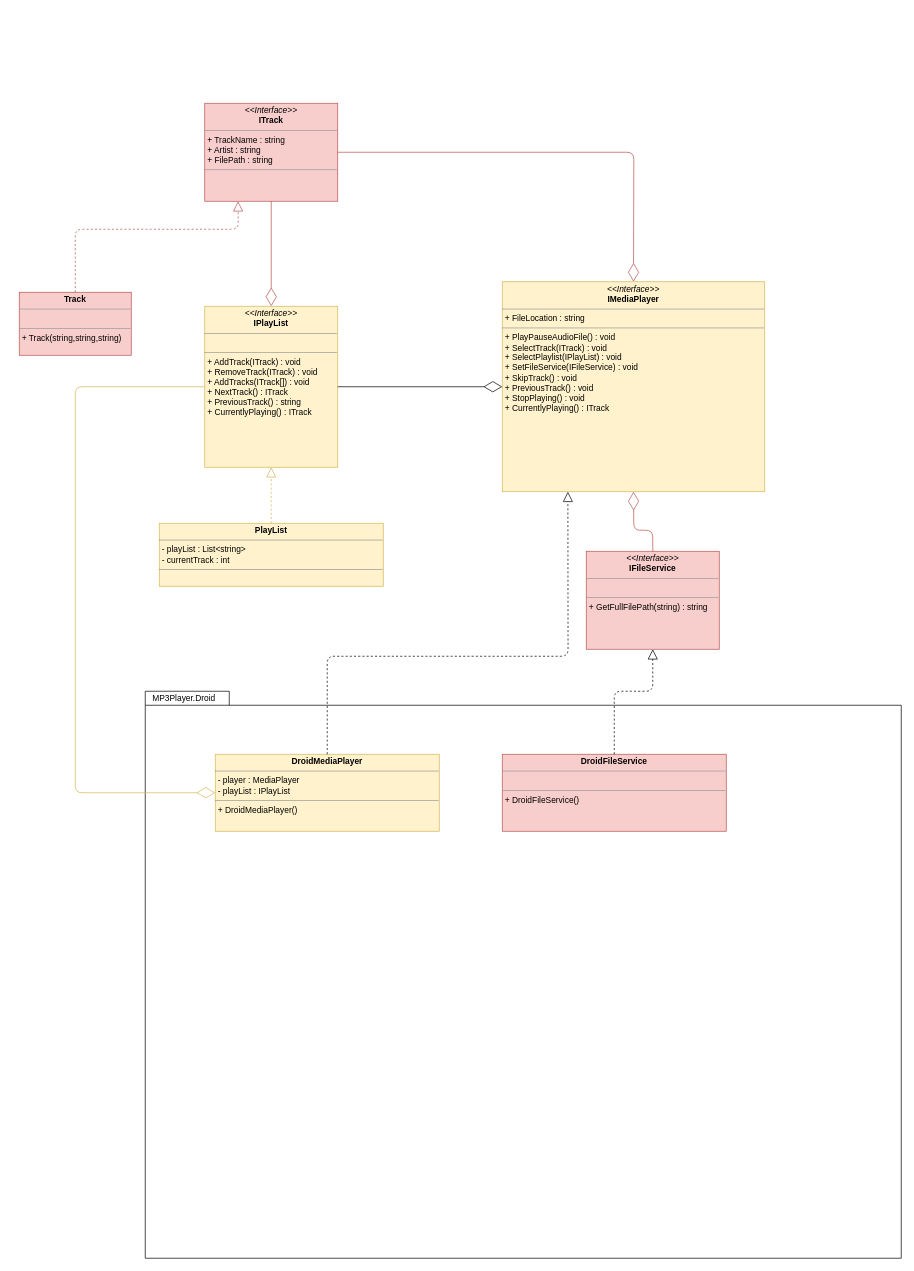
The draw.io diagram documentation/3-Design/Class_Design_Diagram.drawio in mart610k/Mp3-Player, before the edit. Source tidied: cells renumbered, new cells numbered last; positions are measured from the earlier drawing's top-left corner, leaving out a move shared by most shapes. Both pictures are drawn from the tidied source at 70%, with x=0, y=0 at pixel (19, 103).
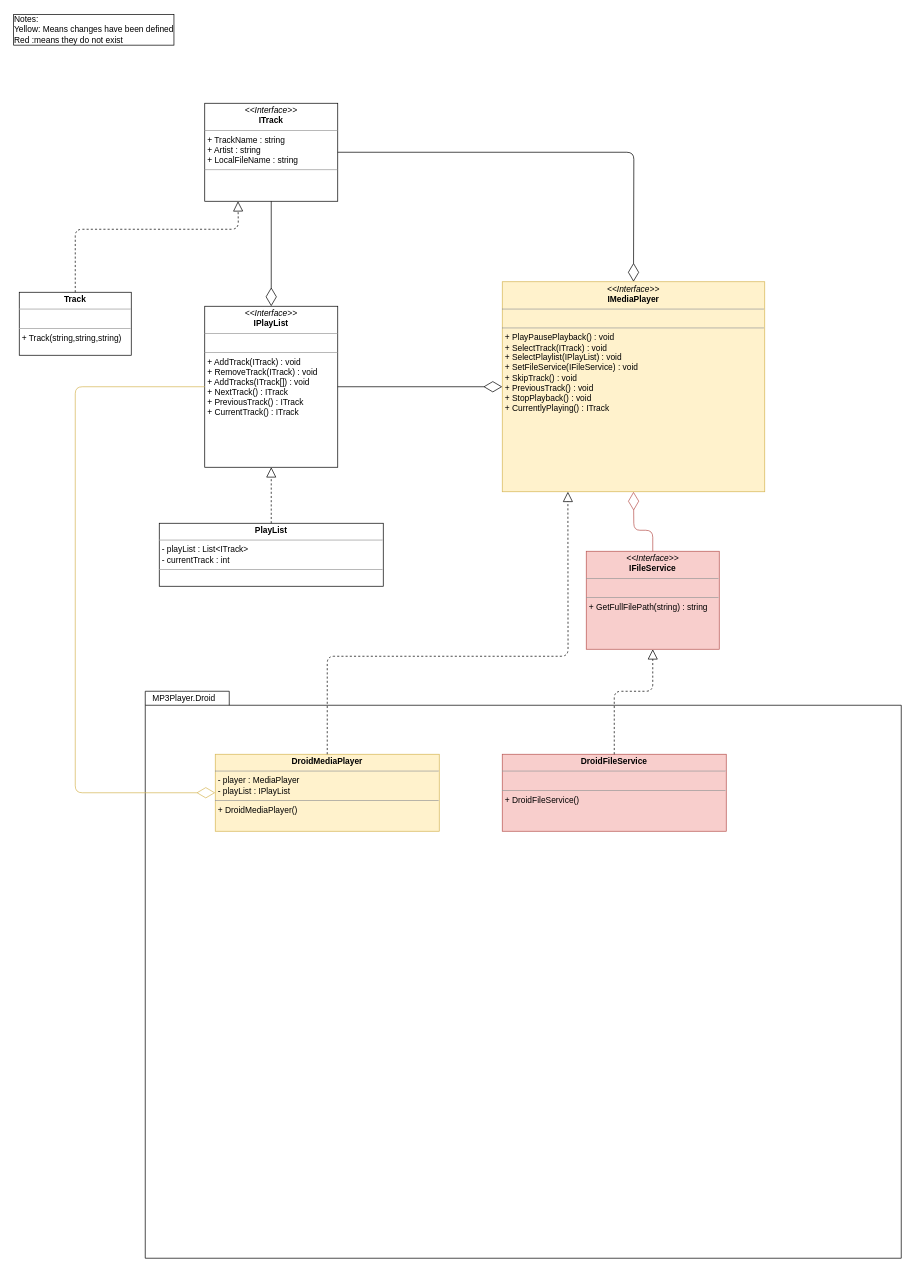
The same diagram, later.

Commit message:
Updated Class design Diagram

Change to the diagram source:
```diff
@@
-    <mxCell id="2" value="&lt;p style=&quot;margin: 0px ; margin-top: 4px ; text-align: center&quot;&gt;&lt;i&gt;&amp;lt;&amp;lt;Interface&amp;gt;&amp;gt;&lt;/i&gt;&lt;br&gt;&lt;b&gt;IMediaPlayer&lt;/b&gt;&lt;/p&gt;&lt;hr size=&quot;1&quot;&gt;&lt;p style=&quot;margin: 0px ; margin-left: 4px&quot;&gt;+ FileLocation : string&lt;/p&gt;&lt;hr size=&quot;1&quot;&gt;&lt;p style=&quot;margin: 0px ; margin-left: 4px&quot;&gt;&lt;span&gt;+ PlayPauseAudioFile() : void&lt;/span&gt;&lt;br&gt;&lt;/p&gt;&lt;p style=&quot;margin: 0px ; margin-left: 4px&quot;&gt;&lt;span&gt;+ SelectTrack(ITrack) : void&lt;/span&gt;&lt;/p&gt;&lt;p style=&quot;margin: 0px ; margin-left: 4px&quot;&gt;&lt;span&gt;+ SelectPlaylist(IPlayList) : void&lt;/span&gt;&lt;/p&gt;&lt;p style=&quot;margin: 0px ; margin-left: 4px&quot;&gt;&lt;span&gt;+ SetFileService(IFileService) : void&lt;/span&gt;&lt;/p&gt;&lt;p style=&quot;margin: 0px ; margin-left: 4px&quot;&gt;+ SkipTrack() : void&lt;span&gt;&lt;br&gt;&lt;/span&gt;&lt;/p&gt;&lt;p style=&quot;margin: 0px ; margin-left: 4px&quot;&gt;+ PreviousTrack() : void&lt;/p&gt;&lt;p style=&quot;margin: 0px ; margin-left: 4px&quot;&gt;+ StopPlaying() : void&lt;/p&gt;&lt;p style=&quot;margin: 0px ; margin-left: 4px&quot;&gt;+ CurrentlyPlaying() : ITrack&lt;/p&gt;" style="verticalAlign=top;align=left;overflow=fill;fontSize=12;fontFamily=Helvetica;html=1;fillColor=#fff2cc;strokeColor=#d6b656;" parent="1" vertex="1">
+    <mxCell id="2" value="&lt;p style=&quot;margin: 0px ; margin-top: 4px ; text-align: center&quot;&gt;&lt;i&gt;&amp;lt;&amp;lt;Interface&amp;gt;&amp;gt;&lt;/i&gt;&lt;br&gt;&lt;b&gt;IMediaPlayer&lt;/b&gt;&lt;/p&gt;&lt;hr size=&quot;1&quot;&gt;&lt;p style=&quot;margin: 0px ; margin-left: 4px&quot;&gt;&lt;br&gt;&lt;/p&gt;&lt;hr size=&quot;1&quot;&gt;&lt;p style=&quot;margin: 0px ; margin-left: 4px&quot;&gt;&lt;span&gt;+ PlayPausePlayback() : void&lt;/span&gt;&lt;br&gt;&lt;/p&gt;&lt;p style=&quot;margin: 0px ; margin-left: 4px&quot;&gt;&lt;span&gt;+ SelectTrack(ITrack) : void&lt;/span&gt;&lt;/p&gt;&lt;p style=&quot;margin: 0px ; margin-left: 4px&quot;&gt;&lt;span&gt;+ SelectPlaylist(IPlayList) : void&lt;/span&gt;&lt;/p&gt;&lt;p style=&quot;margin: 0px ; margin-left: 4px&quot;&gt;&lt;span&gt;+ SetFileService(IFileService) : void&lt;/span&gt;&lt;/p&gt;&lt;p style=&quot;margin: 0px ; margin-left: 4px&quot;&gt;+ SkipTrack() : void&lt;span&gt;&lt;br&gt;&lt;/span&gt;&lt;/p&gt;&lt;p style=&quot;margin: 0px ; margin-left: 4px&quot;&gt;+ PreviousTrack() : void&lt;/p&gt;&lt;p style=&quot;margin: 0px ; margin-left: 4px&quot;&gt;+ StopPlayback() : void&lt;/p&gt;&lt;p style=&quot;margin: 0px ; margin-left: 4px&quot;&gt;+ CurrentlyPlaying() : ITrack&lt;/p&gt;" style="verticalAlign=top;align=left;overflow=fill;fontSize=12;fontFamily=Helvetica;html=1;fillColor=#fff2cc;strokeColor=#d6b656;" parent="1" vertex="1">
       <mxGeometry x="690" y="255" width="375" height="300" as="geometry" />
     </mxCell>
-    <mxCell id="3" value="&lt;p style=&quot;margin: 0px ; margin-top: 4px ; text-align: center&quot;&gt;&lt;i&gt;&amp;lt;&amp;lt;Interface&amp;gt;&amp;gt;&lt;/i&gt;&lt;br&gt;&lt;b&gt;ITrack&lt;/b&gt;&lt;/p&gt;&lt;hr size=&quot;1&quot;&gt;&lt;p style=&quot;margin: 0px ; margin-left: 4px&quot;&gt;+ TrackName : string&lt;/p&gt;&lt;p style=&quot;margin: 0px ; margin-left: 4px&quot;&gt;+ Artist : string&lt;/p&gt;&lt;p style=&quot;margin: 0px ; margin-left: 4px&quot;&gt;+ FilePath : string&lt;/p&gt;&lt;hr size=&quot;1&quot;&gt;&lt;p style=&quot;margin: 0px ; margin-left: 4px&quot;&gt;&lt;br&gt;&lt;/p&gt;" style="verticalAlign=top;align=left;overflow=fill;fontSize=12;fontFamily=Helvetica;html=1;fillColor=#f8cecc;strokeColor=#b85450;" parent="1" vertex="1">
+    <mxCell id="3" value="&lt;p style=&quot;margin: 0px ; margin-top: 4px ; text-align: center&quot;&gt;&lt;i&gt;&amp;lt;&amp;lt;Interface&amp;gt;&amp;gt;&lt;/i&gt;&lt;br&gt;&lt;b&gt;ITrack&lt;/b&gt;&lt;/p&gt;&lt;hr size=&quot;1&quot;&gt;&lt;p style=&quot;margin: 0px ; margin-left: 4px&quot;&gt;+ TrackName : string&lt;/p&gt;&lt;p style=&quot;margin: 0px ; margin-left: 4px&quot;&gt;+ Artist : string&lt;/p&gt;&lt;p style=&quot;margin: 0px ; margin-left: 4px&quot;&gt;+ LocalFileName : string&lt;/p&gt;&lt;hr size=&quot;1&quot;&gt;&lt;p style=&quot;margin: 0px ; margin-left: 4px&quot;&gt;&lt;br&gt;&lt;/p&gt;" style="verticalAlign=top;align=left;overflow=fill;fontSize=12;fontFamily=Helvetica;html=1;" parent="1" vertex="1">
       <mxGeometry x="265" width="190" height="140" as="geometry" />
     </mxCell>
-    <mxCell id="4" value="&lt;p style=&quot;margin: 0px ; margin-top: 4px ; text-align: center&quot;&gt;&lt;i&gt;&amp;lt;&amp;lt;Interface&amp;gt;&amp;gt;&lt;/i&gt;&lt;br&gt;&lt;b&gt;IPlayList&lt;/b&gt;&lt;/p&gt;&lt;hr size=&quot;1&quot;&gt;&lt;p style=&quot;margin: 0px ; margin-left: 4px&quot;&gt;&lt;br&gt;&lt;/p&gt;&lt;hr size=&quot;1&quot;&gt;&lt;p style=&quot;margin: 0px ; margin-left: 4px&quot;&gt;+ AddTrack(ITrack) : void&lt;/p&gt;&lt;p style=&quot;margin: 0px ; margin-left: 4px&quot;&gt;+ RemoveTrack(ITrack) : void&lt;/p&gt;&lt;p style=&quot;margin: 0px ; margin-left: 4px&quot;&gt;+ AddTracks(ITrack[]) : void&lt;/p&gt;&lt;p style=&quot;margin: 0px ; margin-left: 4px&quot;&gt;+ NextTrack() : ITrack&lt;/p&gt;&lt;p style=&quot;margin: 0px ; margin-left: 4px&quot;&gt;+ PreviousTrack() : string&lt;/p&gt;&lt;p style=&quot;margin: 0px ; margin-left: 4px&quot;&gt;+ CurrentlyPlaying() : ITrack&amp;nbsp;&lt;/p&gt;&lt;p style=&quot;margin: 0px ; margin-left: 4px&quot;&gt;&lt;br&gt;&lt;/p&gt;" style="verticalAlign=top;align=left;overflow=fill;fontSize=12;fontFamily=Helvetica;html=1;fillColor=#fff2cc;strokeColor=#d6b656;" parent="1" vertex="1">
+    <mxCell id="4" value="&lt;p style=&quot;margin: 0px ; margin-top: 4px ; text-align: center&quot;&gt;&lt;i&gt;&amp;lt;&amp;lt;Interface&amp;gt;&amp;gt;&lt;/i&gt;&lt;br&gt;&lt;b&gt;IPlayList&lt;/b&gt;&lt;/p&gt;&lt;hr size=&quot;1&quot;&gt;&lt;p style=&quot;margin: 0px ; margin-left: 4px&quot;&gt;&lt;br&gt;&lt;/p&gt;&lt;hr size=&quot;1&quot;&gt;&lt;p style=&quot;margin: 0px ; margin-left: 4px&quot;&gt;+ AddTrack(ITrack) : void&lt;/p&gt;&lt;p style=&quot;margin: 0px ; margin-left: 4px&quot;&gt;+ RemoveTrack(ITrack) : void&lt;/p&gt;&lt;p style=&quot;margin: 0px ; margin-left: 4px&quot;&gt;+ AddTracks(ITrack[]) : void&lt;/p&gt;&lt;p style=&quot;margin: 0px ; margin-left: 4px&quot;&gt;+ NextTrack() : ITrack&lt;/p&gt;&lt;p style=&quot;margin: 0px ; margin-left: 4px&quot;&gt;+ PreviousTrack() : ITrack&lt;/p&gt;&lt;p style=&quot;margin: 0px ; margin-left: 4px&quot;&gt;+ CurrentTrack() : ITrack&amp;nbsp;&lt;/p&gt;&lt;p style=&quot;margin: 0px ; margin-left: 4px&quot;&gt;&lt;br&gt;&lt;/p&gt;" style="verticalAlign=top;align=left;overflow=fill;fontSize=12;fontFamily=Helvetica;html=1;" parent="1" vertex="1">
       <mxGeometry x="265" y="290" width="190" height="230" as="geometry" />
     </mxCell>
@@
-    <mxCell id="6" value="&lt;p style=&quot;margin: 0px ; margin-top: 4px ; text-align: center&quot;&gt;&lt;b&gt;PlayList&lt;/b&gt;&lt;/p&gt;&lt;hr size=&quot;1&quot;&gt;&lt;p style=&quot;margin: 0px ; margin-left: 4px&quot;&gt;- playList : List&amp;lt;string&amp;gt;&lt;/p&gt;&lt;p style=&quot;margin: 0px ; margin-left: 4px&quot;&gt;- currentTrack : int&lt;/p&gt;&lt;hr size=&quot;1&quot;&gt;&lt;p style=&quot;margin: 0px ; margin-left: 4px&quot;&gt;&lt;br&gt;&lt;/p&gt;" style="verticalAlign=top;align=left;overflow=fill;fontSize=12;fontFamily=Helvetica;html=1;fillColor=#fff2cc;strokeColor=#d6b656;" parent="1" vertex="1">
+    <mxCell id="6" value="&lt;p style=&quot;margin: 0px ; margin-top: 4px ; text-align: center&quot;&gt;&lt;b&gt;PlayList&lt;/b&gt;&lt;/p&gt;&lt;hr size=&quot;1&quot;&gt;&lt;p style=&quot;margin: 0px ; margin-left: 4px&quot;&gt;- playList : List&amp;lt;ITrack&amp;gt;&lt;/p&gt;&lt;p style=&quot;margin: 0px ; margin-left: 4px&quot;&gt;- currentTrack : int&lt;/p&gt;&lt;hr size=&quot;1&quot;&gt;&lt;p style=&quot;margin: 0px ; margin-left: 4px&quot;&gt;&lt;br&gt;&lt;/p&gt;" style="verticalAlign=top;align=left;overflow=fill;fontSize=12;fontFamily=Helvetica;html=1;" parent="1" vertex="1">
       <mxGeometry x="200" y="600" width="320" height="90" as="geometry" />
     </mxCell>
-    <mxCell id="7" style="endArrow=block;dashed=1;endFill=0;endSize=12;html=1;entryX=0.5;entryY=1;entryDx=0;entryDy=0;exitX=0.5;exitY=0;exitDx=0;exitDy=0;fillColor=#fff2cc;strokeColor=#d6b656;" parent="1" edge="1" source="6" target="4">
+    <mxCell id="7" style="endArrow=block;dashed=1;endFill=0;endSize=12;html=1;entryX=0.5;entryY=1;entryDx=0;entryDy=0;exitX=0.5;exitY=0;exitDx=0;exitDy=0;" parent="1" edge="1" source="6" target="4">
       <mxGeometry relative="1" as="geometry" />
     </mxCell>
@@
-    <mxCell id="15" style="endArrow=diamondThin;endFill=0;endSize=24;html=1;entryX=0.5;entryY=0;entryDx=0;entryDy=0;exitX=0.5;exitY=1;exitDx=0;exitDy=0;fillColor=#f8cecc;strokeColor=#b85450;" parent="1" edge="1" source="3" target="4">
+    <mxCell id="15" style="endArrow=diamondThin;endFill=0;endSize=24;html=1;entryX=0.5;entryY=0;entryDx=0;entryDy=0;exitX=0.5;exitY=1;exitDx=0;exitDy=0;" parent="1" edge="1" source="3" target="4">
       <mxGeometry relative="1" as="geometry" />
     </mxCell>
-    <mxCell id="16" style="endArrow=diamondThin;endFill=0;endSize=24;html=1;entryX=0.5;entryY=0;entryDx=0;entryDy=0;exitX=1;exitY=0.5;exitDx=0;exitDy=0;fillColor=#f8cecc;strokeColor=#b85450;" parent="1" edge="1" source="3" target="2">
+    <mxCell id="16" style="endArrow=diamondThin;endFill=0;endSize=24;html=1;entryX=0.5;entryY=0;entryDx=0;entryDy=0;exitX=1;exitY=0.5;exitDx=0;exitDy=0;" parent="1" edge="1" source="3" target="2">
       <mxGeometry relative="1" as="geometry">
         <Array as="points">
           <mxPoint x="878" y="70" />
         </Array>
       </mxGeometry>
     </mxCell>
@@
-    <mxCell id="20" value="&lt;p style=&quot;margin: 0px ; margin-top: 4px ; text-align: center&quot;&gt;&lt;b&gt;Track&lt;/b&gt;&lt;/p&gt;&lt;hr size=&quot;1&quot;&gt;&lt;p style=&quot;margin: 0px ; margin-left: 4px&quot;&gt;&lt;br&gt;&lt;/p&gt;&lt;hr size=&quot;1&quot;&gt;&lt;p style=&quot;margin: 0px ; margin-left: 4px&quot;&gt;+ Track(string,string,string)&lt;/p&gt;" style="verticalAlign=top;align=left;overflow=fill;fontSize=12;fontFamily=Helvetica;html=1;fillColor=#f8cecc;strokeColor=#b85450;" parent="1" vertex="1">
+    <mxCell id="20" value="&lt;p style=&quot;margin: 0px ; margin-top: 4px ; text-align: center&quot;&gt;&lt;b&gt;Track&lt;/b&gt;&lt;/p&gt;&lt;hr size=&quot;1&quot;&gt;&lt;p style=&quot;margin: 0px ; margin-left: 4px&quot;&gt;&lt;br&gt;&lt;/p&gt;&lt;hr size=&quot;1&quot;&gt;&lt;p style=&quot;margin: 0px ; margin-left: 4px&quot;&gt;+ Track(string,string,string)&lt;/p&gt;" style="verticalAlign=top;align=left;overflow=fill;fontSize=12;fontFamily=Helvetica;html=1;" parent="1" vertex="1">
       <mxGeometry y="270" width="160" height="90" as="geometry" />
     </mxCell>
-    <mxCell id="21" style="endArrow=block;dashed=1;endFill=0;endSize=12;html=1;entryX=0.25;entryY=1;entryDx=0;entryDy=0;exitX=0.5;exitY=0;exitDx=0;exitDy=0;fillColor=#f8cecc;strokeColor=#b85450;" parent="1" edge="1" source="20" target="3">
+    <mxCell id="21" style="endArrow=block;dashed=1;endFill=0;endSize=12;html=1;entryX=0.25;entryY=1;entryDx=0;entryDy=0;exitX=0.5;exitY=0;exitDx=0;exitDy=0;" parent="1" edge="1" source="20" target="3">
       <mxGeometry relative="1" as="geometry">
         <Array as="points">
           <mxPoint x="80" y="180" />
           <mxPoint x="313" y="180" />
         </Array>
       </mxGeometry>
     </mxCell>
+    <mxCell id="22" value="Notes:&lt;br&gt;Yellow: Means changes have been defined&lt;br&gt;Red :means they do not exist" style="text;html=1;align=left;verticalAlign=middle;labelBackgroundColor=#ffffff;labelBorderColor=#000000;" parent="1" vertex="1">
+      <mxGeometry x="-10" y="-130" width="240" height="50" as="geometry" />
+    </mxCell>
```
